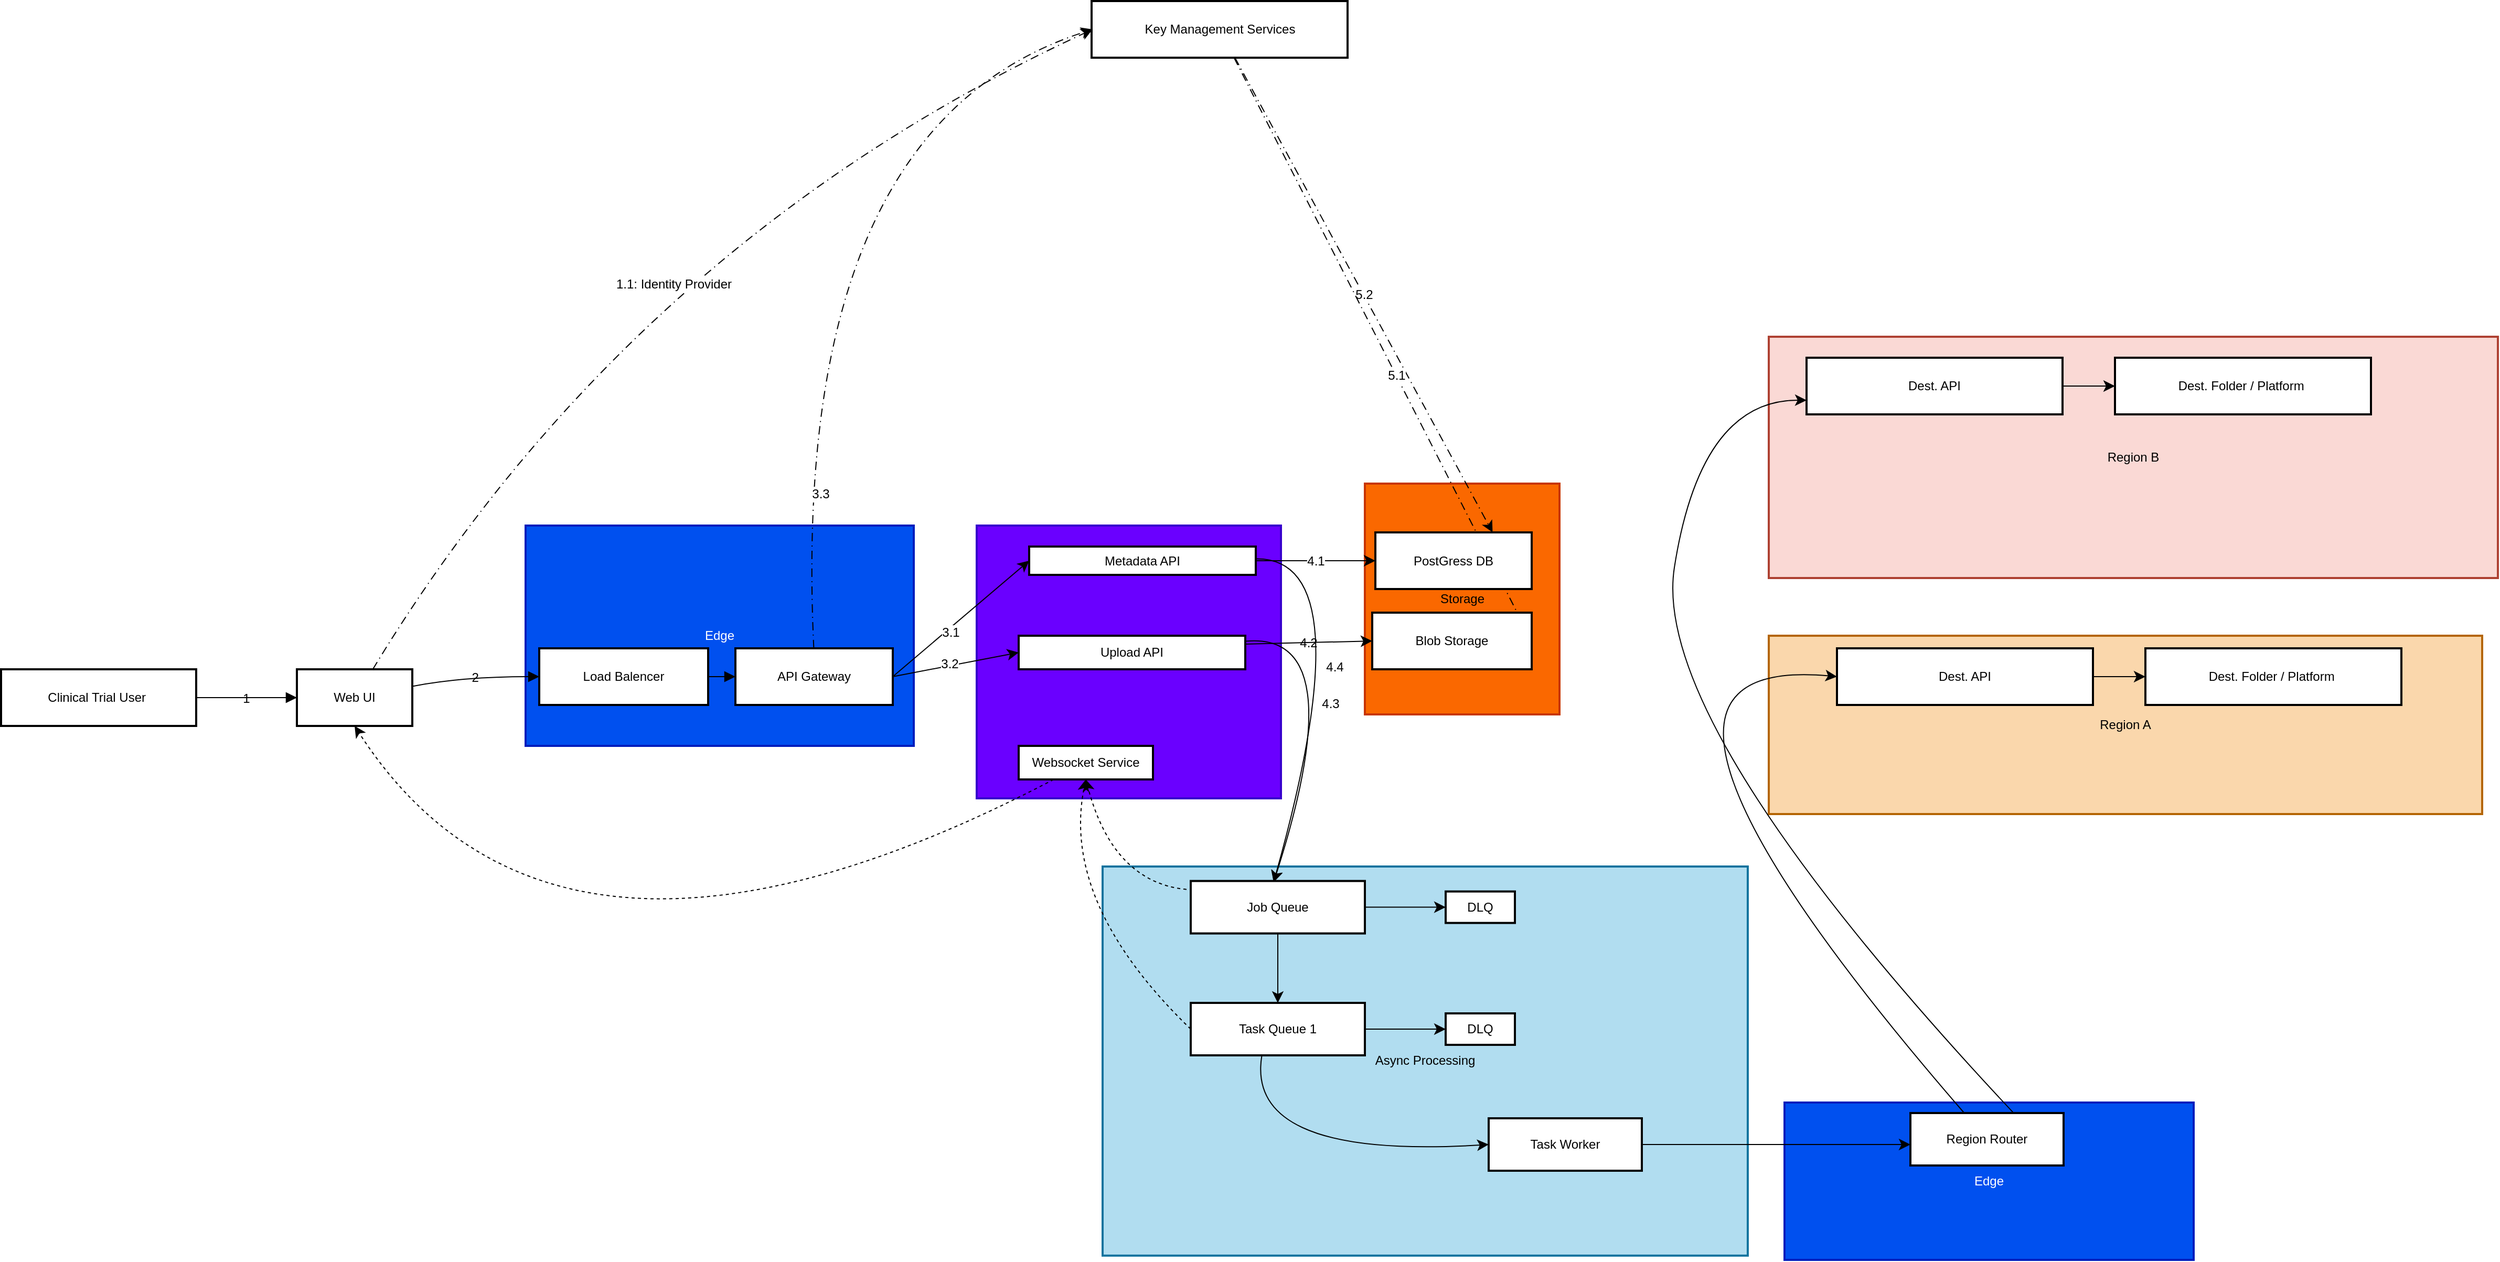
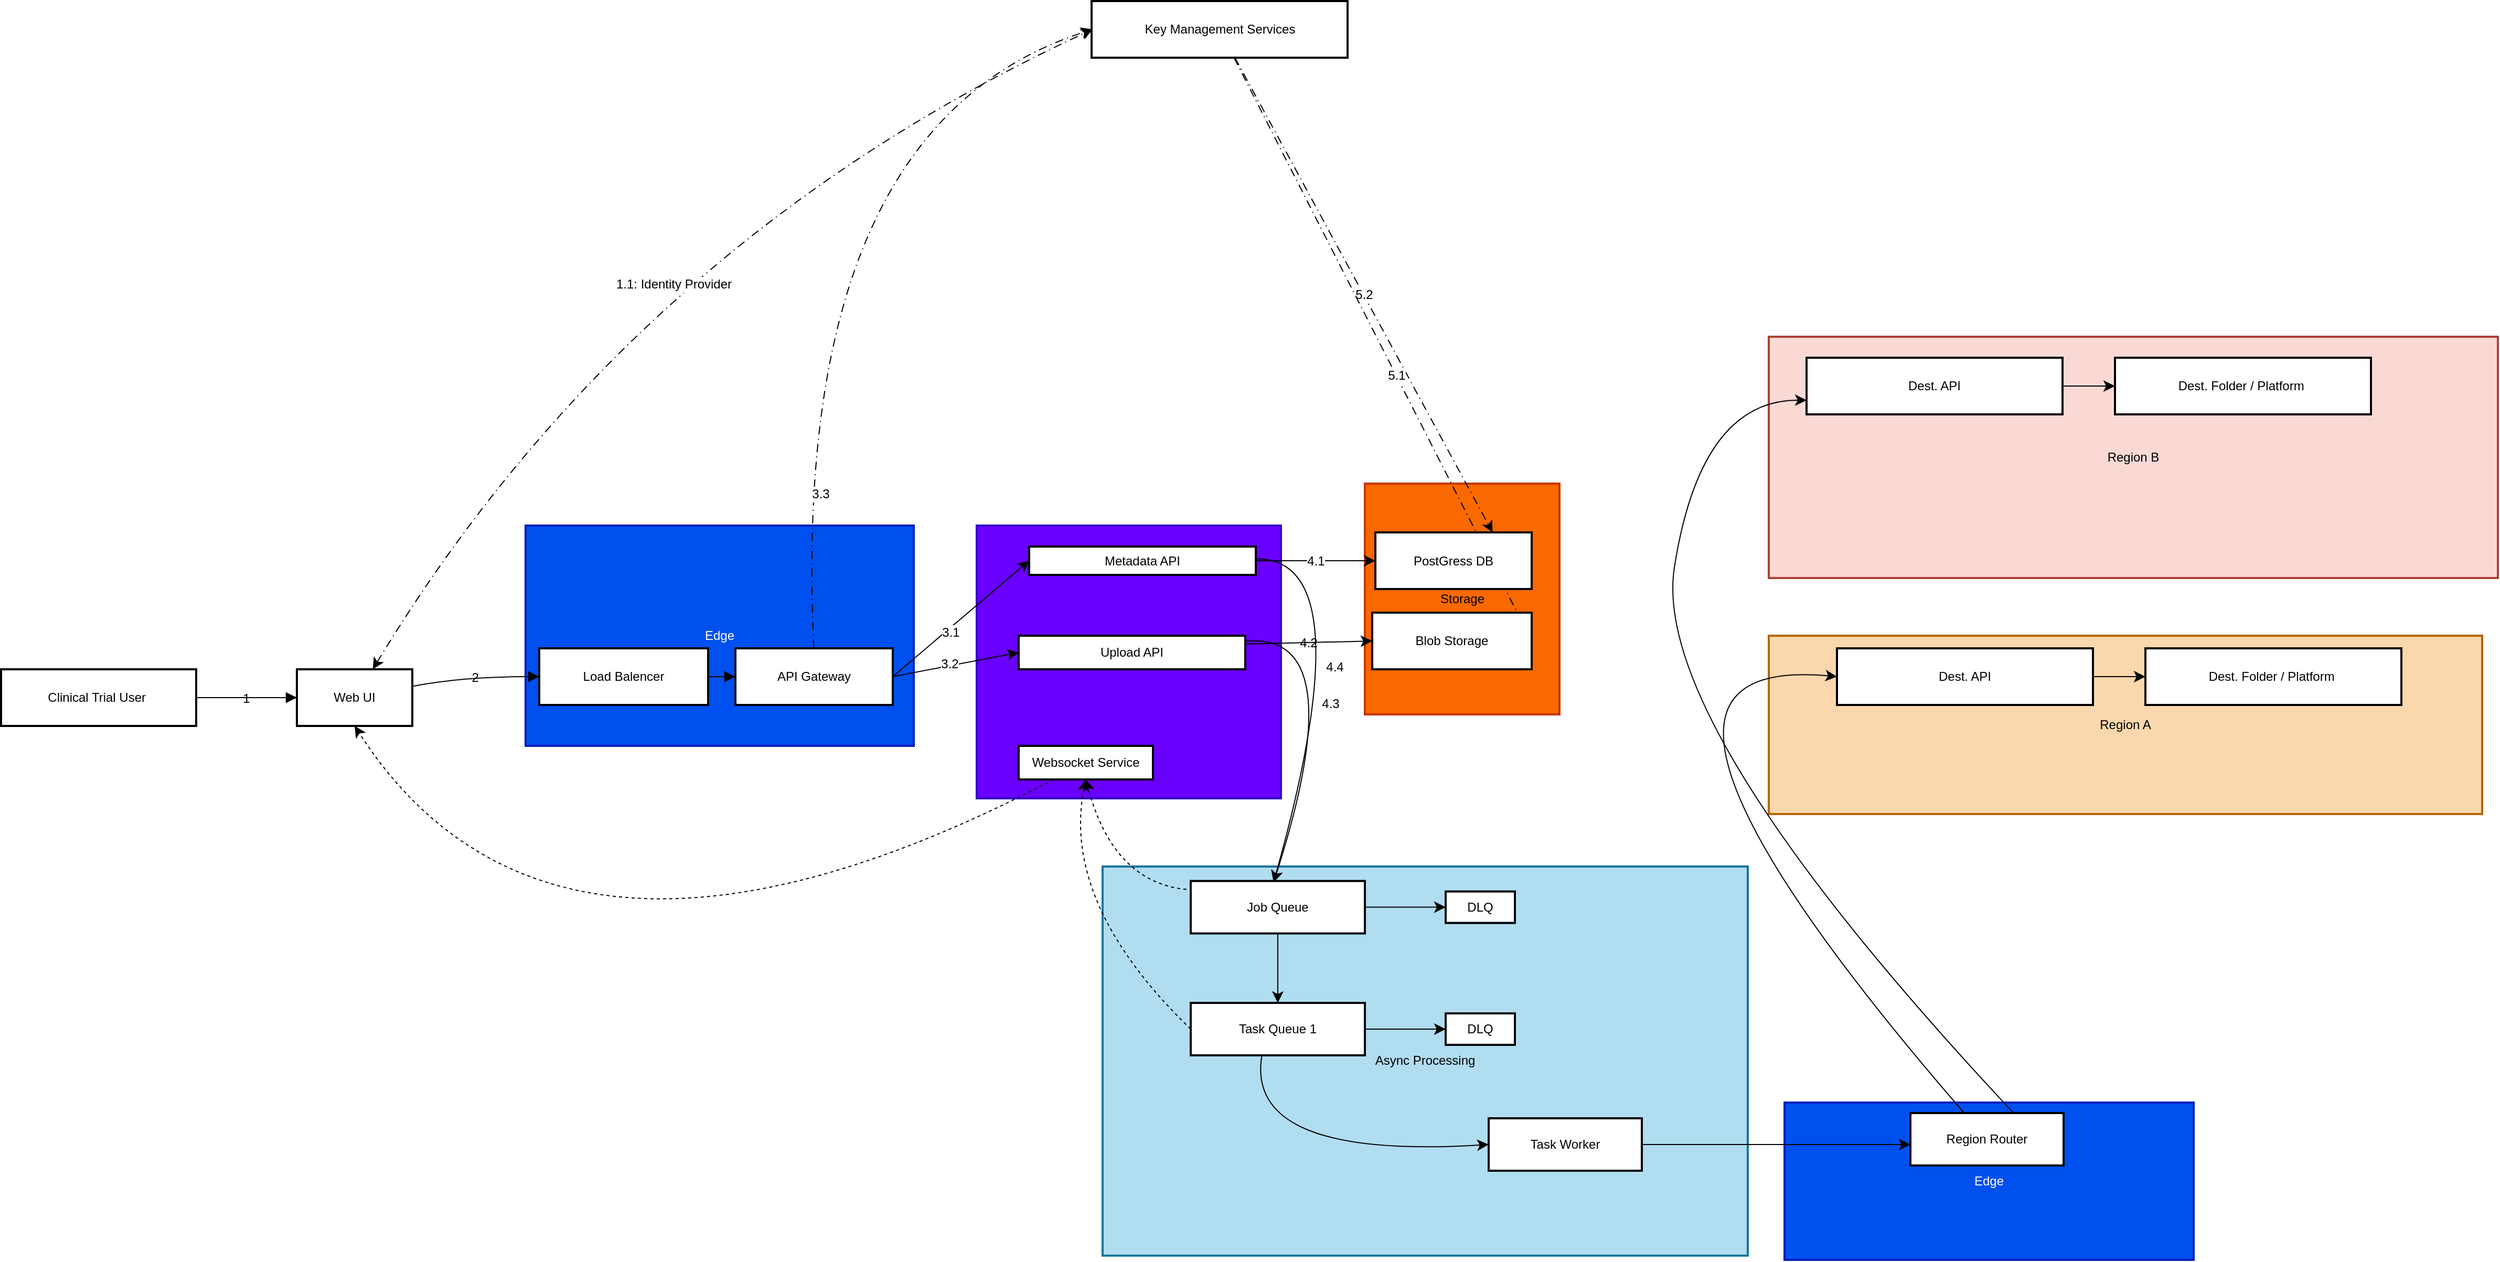
<mxfile host="app.diagrams.net">
  <diagram name="Overall-Diagram" id="Xauzskn0iYLa3f8TggF1">
-     <mxGraphModel dx="312" dy="1312" grid="1" gridSize="10" guides="1" tooltips="1" connect="1" arrows="1" fold="1" page="1" pageScale="1" pageWidth="850" pageHeight="1100" background="none" math="0" shadow="0">
+     <mxGraphModel dx="1364" dy="2029" grid="1" gridSize="10" guides="1" tooltips="1" connect="1" arrows="1" fold="1" page="1" pageScale="1" pageWidth="850" pageHeight="1100" background="none" math="0" shadow="0">
      <root>
        <mxCell id="0" />
        <mxCell id="1" parent="0" />
        <mxCell id="ZxT0anLmeUN1lRlBXtKW-56" parent="1" style="whiteSpace=wrap;strokeWidth=2;rounded=0;labelBackgroundColor=none;fillColor=#0050ef;fontColor=#ffffff;strokeColor=#001DBC;" value="Edge" vertex="1">
          <mxGeometry height="150" width="390" x="1800" y="590" as="geometry" />
        </mxCell>
        <mxCell id="tPvMw2njpGqdJi2HAjV1-28" parent="1" style="whiteSpace=wrap;strokeWidth=2;rounded=0;labelBackgroundColor=none;fillColor=#fad9d5;strokeColor=#ae4132;" value="Region B" vertex="1">
          <mxGeometry height="230" width="695" x="1785" y="-140" as="geometry" />
        </mxCell>
        <mxCell id="tPvMw2njpGqdJi2HAjV1-27" parent="1" style="whiteSpace=wrap;strokeWidth=2;rounded=0;labelBackgroundColor=none;fillColor=#fad7ac;strokeColor=#b46504;" value="Region A" vertex="1">
          <mxGeometry height="170" width="680" x="1785" y="145" as="geometry" />
        </mxCell>
        <mxCell id="LGeiLnGPZ_kJypGg9XhN-2" parent="1" style="whiteSpace=wrap;strokeWidth=2;rounded=0;labelBackgroundColor=none;fillColor=#b1ddf0;strokeColor=#10739e;aspect=fixed;" value="Async Processing" vertex="1">
          <mxGeometry height="370.92" width="614.97" x="1150" y="365" as="geometry" />
        </mxCell>
        <mxCell id="LGeiLnGPZ_kJypGg9XhN-4" parent="1" style="whiteSpace=wrap;strokeWidth=2;rounded=0;labelBackgroundColor=none;fillColor=#6a00ff;fontColor=#ffffff;strokeColor=#3700CC;" value="API Services" vertex="1">
          <mxGeometry height="260" width="290" x="1030" y="40" as="geometry" />
        </mxCell>
        <mxCell id="LGeiLnGPZ_kJypGg9XhN-3" parent="1" style="whiteSpace=wrap;strokeWidth=2;rounded=0;labelBackgroundColor=none;fillColor=#fa6800;fontColor=#000000;strokeColor=#C73500;" value="Storage" vertex="1">
          <mxGeometry height="220" width="185.5" x="1400" as="geometry" />
        </mxCell>
        <mxCell id="LGeiLnGPZ_kJypGg9XhN-5" parent="1" style="whiteSpace=wrap;strokeWidth=2;rounded=0;labelBackgroundColor=none;fillColor=#0050ef;fontColor=#ffffff;strokeColor=#001DBC;" value="Edge" vertex="1">
          <mxGeometry height="210" width="370" x="600" y="40" as="geometry" />
        </mxCell>
        <mxCell id="LGeiLnGPZ_kJypGg9XhN-6" parent="1" style="whiteSpace=wrap;strokeWidth=2;rounded=0;labelBackgroundColor=none;" value="Clinical Trial User " vertex="1">
          <mxGeometry height="54" width="186" x="100" y="177" as="geometry" />
        </mxCell>
-         <mxCell id="kZjGEyZ31KSyDfQOjVAd-4" edge="1" parent="1" style="edgeStyle=none;curved=1;rounded=0;orthogonalLoop=1;jettySize=auto;html=1;entryX=0;entryY=0.5;entryDx=0;entryDy=0;fontSize=12;startSize=8;endSize=8;dashed=1;dashPattern=8 4 1 4;" value="1.1: Identity Provider">
+         <mxCell id="kZjGEyZ31KSyDfQOjVAd-4" edge="1" parent="1" style="edgeStyle=none;curved=1;rounded=0;orthogonalLoop=1;jettySize=auto;html=1;entryX=0;entryY=0.5;entryDx=0;entryDy=0;fontSize=12;startSize=8;endSize=8;dashed=1;dashPattern=8 4 1 4;startArrow=classic;startFill=1;" value="1.1: Identity Provider">
          <mxGeometry relative="1" x="0.0321" y="-53" as="geometry">
            <mxPoint as="offset" />
            <Array as="points">
              <mxPoint x="701" y="-230" />
            </Array>
            <mxPoint x="454.3617511520737" y="177" as="sourcePoint" />
            <mxPoint x="1140.5" y="-433" as="targetPoint" />
          </mxGeometry>
        </mxCell>
        <mxCell id="LGeiLnGPZ_kJypGg9XhN-7" parent="1" style="whiteSpace=wrap;strokeWidth=2;rounded=0;labelBackgroundColor=none;" value="Web UI" vertex="1">
          <mxGeometry height="54" width="110" x="382" y="177" as="geometry" />
        </mxCell>
        <mxCell id="LGeiLnGPZ_kJypGg9XhN-8" parent="1" style="whiteSpace=wrap;strokeWidth=2;rounded=0;labelBackgroundColor=none;" value="Load Balencer" vertex="1">
          <mxGeometry height="54" width="161" x="613" y="157" as="geometry" />
        </mxCell>
        <mxCell id="ijDLy2rUQYNMrnhEq9o_-15" edge="1" parent="1" source="LGeiLnGPZ_kJypGg9XhN-9" style="edgeStyle=none;curved=1;rounded=0;orthogonalLoop=1;jettySize=auto;html=1;fontSize=12;startSize=8;endSize=8;entryX=0;entryY=0.5;entryDx=0;entryDy=0;labelBackgroundColor=none;fontColor=default;exitX=1;exitY=0.5;exitDx=0;exitDy=0;" target="LGeiLnGPZ_kJypGg9XhN-10">
          <mxGeometry relative="1" as="geometry">
            <mxPoint x="1059.9999999999998" y="229.99999999999977" as="targetPoint" />
          </mxGeometry>
        </mxCell>
        <mxCell id="kZjGEyZ31KSyDfQOjVAd-1" connectable="0" parent="ijDLy2rUQYNMrnhEq9o_-15" style="edgeLabel;html=1;align=center;verticalAlign=middle;resizable=0;points=[];fontSize=12;" value="3.1" vertex="1">
          <mxGeometry relative="1" x="-0.1984" y="-3" as="geometry">
            <mxPoint x="1" as="offset" />
          </mxGeometry>
        </mxCell>
        <mxCell id="ijDLy2rUQYNMrnhEq9o_-17" edge="1" parent="1" source="LGeiLnGPZ_kJypGg9XhN-9" style="edgeStyle=none;curved=1;rounded=0;orthogonalLoop=1;jettySize=auto;html=1;entryX=0;entryY=0.5;entryDx=0;entryDy=0;fontSize=12;startSize=8;endSize=8;exitX=1;exitY=0.5;exitDx=0;exitDy=0;" target="LGeiLnGPZ_kJypGg9XhN-11">
          <mxGeometry relative="1" as="geometry">
            <mxPoint x="960" y="190" as="sourcePoint" />
          </mxGeometry>
        </mxCell>
        <mxCell id="kZjGEyZ31KSyDfQOjVAd-2" connectable="0" parent="ijDLy2rUQYNMrnhEq9o_-17" style="edgeLabel;html=1;align=center;verticalAlign=middle;resizable=0;points=[];fontSize=12;" value="3.2" vertex="1">
          <mxGeometry relative="1" x="-0.0885" y="2" as="geometry">
            <mxPoint as="offset" />
          </mxGeometry>
        </mxCell>
        <mxCell id="tPvMw2njpGqdJi2HAjV1-17" edge="1" parent="1" style="edgeStyle=none;curved=1;rounded=0;orthogonalLoop=1;jettySize=auto;html=1;entryX=0;entryY=0.5;entryDx=0;entryDy=0;fontSize=12;startSize=8;endSize=8;dashed=1;dashPattern=8 4 1 4;" value="3.3">
          <mxGeometry relative="1" x="-0.6344" y="-13" as="geometry">
            <mxPoint as="offset" />
            <Array as="points">
              <mxPoint x="851" y="-340" />
            </Array>
            <mxPoint x="874.7118320610687" y="157" as="sourcePoint" />
            <mxPoint x="1140.5" y="-433" as="targetPoint" />
          </mxGeometry>
        </mxCell>
        <mxCell id="LGeiLnGPZ_kJypGg9XhN-9" parent="1" style="whiteSpace=wrap;strokeWidth=2;rounded=0;labelBackgroundColor=none;" value="API Gateway" vertex="1">
          <mxGeometry height="54" width="150" x="800" y="157" as="geometry" />
        </mxCell>
        <mxCell id="ijDLy2rUQYNMrnhEq9o_-19" edge="1" parent="1" source="LGeiLnGPZ_kJypGg9XhN-10" style="edgeStyle=none;curved=1;rounded=0;orthogonalLoop=1;jettySize=auto;html=1;entryX=0;entryY=0.5;entryDx=0;entryDy=0;fontSize=12;startSize=8;endSize=8;exitX=1;exitY=0.5;exitDx=0;exitDy=0;" target="LGeiLnGPZ_kJypGg9XhN-12" value="4.1">
          <mxGeometry relative="1" as="geometry" />
        </mxCell>
        <mxCell id="ZxT0anLmeUN1lRlBXtKW-1" edge="1" parent="1" source="LGeiLnGPZ_kJypGg9XhN-10" style="edgeStyle=none;curved=1;rounded=0;orthogonalLoop=1;jettySize=auto;html=1;entryX=0.5;entryY=0;entryDx=0;entryDy=0;fontSize=12;startSize=8;endSize=8;" value="4.4">
          <mxGeometry relative="1" as="geometry">
            <Array as="points">
              <mxPoint x="1400" y="70" />
            </Array>
            <mxPoint x="1313" y="380" as="targetPoint" />
          </mxGeometry>
        </mxCell>
        <mxCell id="LGeiLnGPZ_kJypGg9XhN-10" parent="1" style="whiteSpace=wrap;strokeWidth=2;rounded=0;labelBackgroundColor=none;" value="Metadata API" vertex="1">
          <mxGeometry height="27" width="216" x="1080" y="60" as="geometry" />
        </mxCell>
        <mxCell id="ijDLy2rUQYNMrnhEq9o_-12" edge="1" parent="1" source="LGeiLnGPZ_kJypGg9XhN-11" style="edgeStyle=none;curved=1;rounded=0;orthogonalLoop=1;jettySize=auto;html=1;entryX=0;entryY=0.5;entryDx=0;entryDy=0;fontSize=12;startSize=8;endSize=8;exitX=1;exitY=0.25;exitDx=0;exitDy=0;labelBackgroundColor=none;fontColor=default;" target="LGeiLnGPZ_kJypGg9XhN-13" value="4.2">
          <mxGeometry relative="1" as="geometry" />
        </mxCell>
        <mxCell id="ZxT0anLmeUN1lRlBXtKW-2" edge="1" parent="1" source="LGeiLnGPZ_kJypGg9XhN-11" style="edgeStyle=none;curved=1;rounded=0;orthogonalLoop=1;jettySize=auto;html=1;entryX=0.5;entryY=0;entryDx=0;entryDy=0;fontSize=12;startSize=8;endSize=8;" value="4.3">
          <mxGeometry relative="1" as="geometry">
            <Array as="points">
              <mxPoint x="1390" y="140" />
            </Array>
            <mxPoint x="1313" y="380" as="targetPoint" />
          </mxGeometry>
        </mxCell>
        <mxCell id="LGeiLnGPZ_kJypGg9XhN-11" parent="1" style="whiteSpace=wrap;strokeWidth=2;rounded=0;labelBackgroundColor=none;" value="Upload API" vertex="1">
          <mxGeometry height="32" width="216" x="1070" y="145" as="geometry" />
        </mxCell>
        <mxCell id="tPvMw2njpGqdJi2HAjV1-2" edge="1" parent="1" style="edgeStyle=none;curved=1;rounded=0;orthogonalLoop=1;jettySize=auto;html=1;fontSize=12;startSize=8;endSize=8;entryX=0.5;entryY=1;entryDx=0;entryDy=0;dashed=1;" target="LGeiLnGPZ_kJypGg9XhN-18">
          <mxGeometry relative="1" as="geometry">
            <Array as="points">
              <mxPoint x="1160" y="380" />
            </Array>
            <mxPoint x="1230" y="386.8627450980389" as="sourcePoint" />
            <mxPoint x="1150" y="490" as="targetPoint" />
          </mxGeometry>
        </mxCell>
        <mxCell id="tPvMw2njpGqdJi2HAjV1-30" edge="1" parent="1" source="ZxT0anLmeUN1lRlBXtKW-4" style="edgeStyle=none;curved=1;rounded=0;orthogonalLoop=1;jettySize=auto;html=1;entryX=0.5;entryY=1;entryDx=0;entryDy=0;fontSize=12;startSize=8;endSize=8;dashed=1;exitX=0;exitY=0.5;exitDx=0;exitDy=0;" target="LGeiLnGPZ_kJypGg9XhN-18">
          <mxGeometry relative="1" as="geometry">
            <Array as="points">
              <mxPoint x="1110" y="400" />
            </Array>
            <mxPoint x="1274.6623376623374" y="462" as="sourcePoint" />
          </mxGeometry>
        </mxCell>
        <mxCell id="tPvMw2njpGqdJi2HAjV1-18" edge="1" parent="1" source="LGeiLnGPZ_kJypGg9XhN-20" style="edgeStyle=none;curved=1;rounded=0;orthogonalLoop=1;jettySize=auto;html=1;entryX=0.75;entryY=0;entryDx=0;entryDy=0;fontSize=12;startSize=8;endSize=8;dashed=1;dashPattern=8 4 1 4;" target="LGeiLnGPZ_kJypGg9XhN-12" value="5.2">
          <mxGeometry relative="1" as="geometry" />
        </mxCell>
        <mxCell id="tPvMw2njpGqdJi2HAjV1-19" edge="1" parent="1" source="LGeiLnGPZ_kJypGg9XhN-20" style="edgeStyle=none;curved=1;rounded=0;orthogonalLoop=1;jettySize=auto;html=1;entryX=1;entryY=0.5;entryDx=0;entryDy=0;fontSize=12;startSize=8;endSize=8;dashed=1;dashPattern=8 4 1 4;" target="LGeiLnGPZ_kJypGg9XhN-13">
          <mxGeometry relative="1" as="geometry" />
        </mxCell>
        <mxCell id="kZjGEyZ31KSyDfQOjVAd-3" connectable="0" parent="tPvMw2njpGqdJi2HAjV1-19" style="edgeLabel;html=1;align=center;verticalAlign=middle;resizable=0;points=[];fontSize=12;" value="5.1" vertex="1">
          <mxGeometry relative="1" x="0.0872" as="geometry">
            <mxPoint as="offset" />
          </mxGeometry>
        </mxCell>
        <mxCell id="LGeiLnGPZ_kJypGg9XhN-20" parent="1" style="whiteSpace=wrap;strokeWidth=2;rounded=0;labelBackgroundColor=none;" value="Key Management Services" vertex="1">
          <mxGeometry height="54" width="244" x="1139.5" y="-460" as="geometry" />
        </mxCell>
        <mxCell id="LGeiLnGPZ_kJypGg9XhN-23" edge="1" parent="1" source="LGeiLnGPZ_kJypGg9XhN-6" style="curved=1;startArrow=none;endArrow=block;exitX=1;exitY=0.5;entryX=0;entryY=0.5;rounded=0;fontSize=12;startSize=8;endSize=8;labelBackgroundColor=none;fontColor=default;" target="LGeiLnGPZ_kJypGg9XhN-7" value="1">
          <mxGeometry relative="1" as="geometry">
            <Array as="points" />
          </mxGeometry>
        </mxCell>
        <mxCell id="LGeiLnGPZ_kJypGg9XhN-24" edge="1" parent="1" source="LGeiLnGPZ_kJypGg9XhN-7" style="curved=1;startArrow=none;endArrow=block;exitX=1;exitY=0.3;entryX=0;entryY=0.5;rounded=0;fontSize=12;startSize=8;endSize=8;labelBackgroundColor=none;fontColor=default;" target="LGeiLnGPZ_kJypGg9XhN-8" value="2">
          <mxGeometry relative="1" as="geometry">
            <Array as="points">
              <mxPoint x="540" y="184" />
            </Array>
          </mxGeometry>
        </mxCell>
        <mxCell id="LGeiLnGPZ_kJypGg9XhN-35" edge="1" parent="1" source="LGeiLnGPZ_kJypGg9XhN-8" style="curved=1;startArrow=none;endArrow=block;exitX=1;exitY=0.5;entryX=0;entryY=0.5;rounded=0;fontSize=12;startSize=8;endSize=8;labelBackgroundColor=none;fontColor=default;" target="LGeiLnGPZ_kJypGg9XhN-9" value="">
          <mxGeometry relative="1" as="geometry">
            <Array as="points" />
          </mxGeometry>
        </mxCell>
        <mxCell id="tPvMw2njpGqdJi2HAjV1-29" edge="1" parent="1" source="LGeiLnGPZ_kJypGg9XhN-18" style="edgeStyle=none;curved=1;rounded=0;orthogonalLoop=1;jettySize=auto;html=1;entryX=0.5;entryY=1;entryDx=0;entryDy=0;fontSize=12;startSize=8;endSize=8;dashed=1;" target="LGeiLnGPZ_kJypGg9XhN-7">
          <mxGeometry relative="1" as="geometry">
            <Array as="points">
              <mxPoint x="630" y="530" />
            </Array>
          </mxGeometry>
        </mxCell>
        <mxCell id="LGeiLnGPZ_kJypGg9XhN-18" parent="1" style="whiteSpace=wrap;strokeWidth=2;rounded=0;labelBackgroundColor=none;" value="Websocket Service" vertex="1">
          <mxGeometry height="32" width="128" x="1070" y="250" as="geometry" />
        </mxCell>
        <mxCell id="LGeiLnGPZ_kJypGg9XhN-13" parent="1" style="whiteSpace=wrap;strokeWidth=2;rounded=0;labelBackgroundColor=none;" value="Blob Storage" vertex="1">
          <mxGeometry height="54" width="152" x="1407" y="123" as="geometry" />
        </mxCell>
        <mxCell id="LGeiLnGPZ_kJypGg9XhN-12" parent="1" style="whiteSpace=wrap;strokeWidth=2;rounded=0;labelBackgroundColor=none;" value="PostGress DB" vertex="1">
          <mxGeometry height="54" width="149" x="1410" y="46.5" as="geometry" />
        </mxCell>
        <mxCell id="tPvMw2njpGqdJi2HAjV1-12" edge="1" parent="1" source="tPvMw2njpGqdJi2HAjV1-6" style="edgeStyle=none;curved=1;rounded=0;orthogonalLoop=1;jettySize=auto;html=1;entryX=0;entryY=0.5;entryDx=0;entryDy=0;fontSize=12;startSize=8;endSize=8;" target="tPvMw2njpGqdJi2HAjV1-8">
          <mxGeometry relative="1" as="geometry">
            <Array as="points">
              <mxPoint x="1590" y="160" />
            </Array>
          </mxGeometry>
        </mxCell>
        <mxCell id="tPvMw2njpGqdJi2HAjV1-13" edge="1" parent="1" source="tPvMw2njpGqdJi2HAjV1-6" style="edgeStyle=none;curved=1;rounded=0;orthogonalLoop=1;jettySize=auto;html=1;entryX=0;entryY=0.75;entryDx=0;entryDy=0;fontSize=12;startSize=8;endSize=8;exitX=1;exitY=1;exitDx=0;exitDy=0;" target="tPvMw2njpGqdJi2HAjV1-10">
          <mxGeometry relative="1" as="geometry">
            <Array as="points">
              <mxPoint x="1670" y="240" />
              <mxPoint x="1720" y="-80" />
            </Array>
            <mxPoint x="2070" y="660" as="sourcePoint" />
          </mxGeometry>
        </mxCell>
        <mxCell id="tPvMw2njpGqdJi2HAjV1-6" parent="1" style="whiteSpace=wrap;strokeWidth=2;rounded=0;labelBackgroundColor=none;" value="Region Router" vertex="1">
          <mxGeometry height="50" width="146" x="1920" y="600" as="geometry" />
        </mxCell>
        <mxCell id="tPvMw2njpGqdJi2HAjV1-7" parent="1" style="whiteSpace=wrap;strokeWidth=2;rounded=0;labelBackgroundColor=none;" value="Dest. Folder / Platform " vertex="1">
          <mxGeometry height="54" width="244" x="2144" y="157" as="geometry" />
        </mxCell>
        <mxCell id="tPvMw2njpGqdJi2HAjV1-15" edge="1" parent="1" source="tPvMw2njpGqdJi2HAjV1-8" style="edgeStyle=none;curved=1;rounded=0;orthogonalLoop=1;jettySize=auto;html=1;fontSize=12;startSize=8;endSize=8;" target="tPvMw2njpGqdJi2HAjV1-7" value="">
          <mxGeometry relative="1" as="geometry" />
        </mxCell>
        <mxCell id="tPvMw2njpGqdJi2HAjV1-8" parent="1" style="whiteSpace=wrap;strokeWidth=2;rounded=0;labelBackgroundColor=none;" value="Dest. API" vertex="1">
          <mxGeometry height="54" width="244" x="1850" y="157" as="geometry" />
        </mxCell>
        <mxCell id="tPvMw2njpGqdJi2HAjV1-9" parent="1" style="whiteSpace=wrap;strokeWidth=2;rounded=0;labelBackgroundColor=none;" value="Dest. Folder / Platform " vertex="1">
          <mxGeometry height="54" width="244" x="2115" y="-120" as="geometry" />
        </mxCell>
        <mxCell id="tPvMw2njpGqdJi2HAjV1-16" edge="1" parent="1" source="tPvMw2njpGqdJi2HAjV1-10" style="edgeStyle=none;curved=1;rounded=0;orthogonalLoop=1;jettySize=auto;html=1;fontSize=12;startSize=8;endSize=8;" target="tPvMw2njpGqdJi2HAjV1-9" value="">
          <mxGeometry relative="1" as="geometry" />
        </mxCell>
        <mxCell id="tPvMw2njpGqdJi2HAjV1-10" parent="1" style="whiteSpace=wrap;strokeWidth=2;rounded=0;labelBackgroundColor=none;" value="Dest. API" vertex="1">
          <mxGeometry height="54" width="244" x="1821" y="-120" as="geometry" />
        </mxCell>
        <mxCell id="ZxT0anLmeUN1lRlBXtKW-5" edge="1" parent="1" source="ZxT0anLmeUN1lRlBXtKW-3" style="edgeStyle=none;curved=1;rounded=0;orthogonalLoop=1;jettySize=auto;html=1;fontSize=12;startSize=8;endSize=8;" target="ZxT0anLmeUN1lRlBXtKW-4" value="">
          <mxGeometry relative="1" as="geometry" />
        </mxCell>
        <mxCell id="ZxT0anLmeUN1lRlBXtKW-52" edge="1" parent="1" source="ZxT0anLmeUN1lRlBXtKW-3" style="edgeStyle=none;curved=1;rounded=0;orthogonalLoop=1;jettySize=auto;html=1;fontSize=12;startSize=8;endSize=8;" target="ZxT0anLmeUN1lRlBXtKW-9" value="">
          <mxGeometry relative="1" as="geometry" />
        </mxCell>
        <mxCell id="ZxT0anLmeUN1lRlBXtKW-3" parent="1" style="whiteSpace=wrap;strokeWidth=2;rounded=0;labelBackgroundColor=none;" value="Job Queue" vertex="1">
          <mxGeometry height="50" width="166" x="1234" y="378.79999999999995" as="geometry" />
        </mxCell>
        <mxCell id="ZxT0anLmeUN1lRlBXtKW-21" edge="1" parent="1" source="ZxT0anLmeUN1lRlBXtKW-4" style="edgeStyle=none;curved=1;rounded=0;orthogonalLoop=1;jettySize=auto;html=1;fontSize=12;startSize=8;endSize=8;" target="ZxT0anLmeUN1lRlBXtKW-11" value="">
          <mxGeometry relative="1" as="geometry" />
        </mxCell>
        <mxCell id="ZxT0anLmeUN1lRlBXtKW-54" edge="1" parent="1" source="ZxT0anLmeUN1lRlBXtKW-4" style="edgeStyle=none;curved=1;rounded=0;orthogonalLoop=1;jettySize=auto;html=1;entryX=0;entryY=0.5;entryDx=0;entryDy=0;fontSize=12;startSize=8;endSize=8;exitX=0.422;exitY=0.8;exitDx=0;exitDy=0;exitPerimeter=0;" target="ZxT0anLmeUN1lRlBXtKW-53">
          <mxGeometry relative="1" as="geometry">
            <Array as="points">
              <mxPoint x="1274" y="645" />
            </Array>
          </mxGeometry>
        </mxCell>
        <mxCell id="ZxT0anLmeUN1lRlBXtKW-4" parent="1" style="whiteSpace=wrap;strokeWidth=2;rounded=0;labelBackgroundColor=none;" value="Task Queue 1" vertex="1">
          <mxGeometry height="50" width="166" x="1234" y="495" as="geometry" />
        </mxCell>
        <mxCell id="ZxT0anLmeUN1lRlBXtKW-9" parent="1" style="whiteSpace=wrap;strokeWidth=2;rounded=0;labelBackgroundColor=none;" value="DLQ" vertex="1">
          <mxGeometry height="30" width="66" x="1477" y="388.79999999999995" as="geometry" />
        </mxCell>
        <mxCell id="ZxT0anLmeUN1lRlBXtKW-11" parent="1" style="whiteSpace=wrap;strokeWidth=2;rounded=0;labelBackgroundColor=none;" value="DLQ" vertex="1">
          <mxGeometry height="30" width="66" x="1477" y="505" as="geometry" />
        </mxCell>
        <mxCell id="ZxT0anLmeUN1lRlBXtKW-55" edge="1" parent="1" source="ZxT0anLmeUN1lRlBXtKW-53" style="edgeStyle=none;curved=1;rounded=0;orthogonalLoop=1;jettySize=auto;html=1;fontSize=12;startSize=8;endSize=8;">
          <mxGeometry relative="1" as="geometry">
            <mxPoint x="1920.0000000000005" y="630" as="targetPoint" />
          </mxGeometry>
        </mxCell>
        <mxCell id="ZxT0anLmeUN1lRlBXtKW-53" parent="1" style="whiteSpace=wrap;strokeWidth=2;rounded=0;labelBackgroundColor=none;" value="Task Worker" vertex="1">
          <mxGeometry height="50" width="146" x="1518" y="605" as="geometry" />
        </mxCell>
      </root>
    </mxGraphModel>
  </diagram>
</mxfile>
